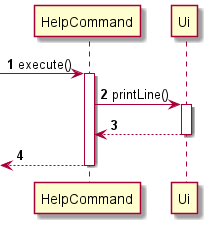
This is docs/umlDiagrams/HelpSequence.png from uosjapuelks/tp, a PlantUML export, as it was before one commit.
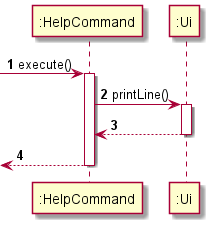
Later version of the same file.

Commit message:
Rename class name of help command for sequence diagram

Diff of the diagram source:
```diff
@@ -2,15 +2,15 @@
 
 autonumber
 
--> HelpCommand: execute()
-activate HelpCommand
+-> ":HelpCommand": execute()
+activate ":HelpCommand"
 
-    HelpCommand -> Ui: printLine()
-    activate Ui
-    HelpCommand <-- Ui
-    deactivate Ui
+    ":HelpCommand" -> ":Ui": printLine()
+    activate ":Ui"
+    ":HelpCommand" <-- ":Ui"
+    deactivate ":Ui"
 
-    <-- HelpCommand
-deactivate HelpCommand
+    <-- ":HelpCommand"
+deactivate ":HelpCommand"
 
 @enduml
```
